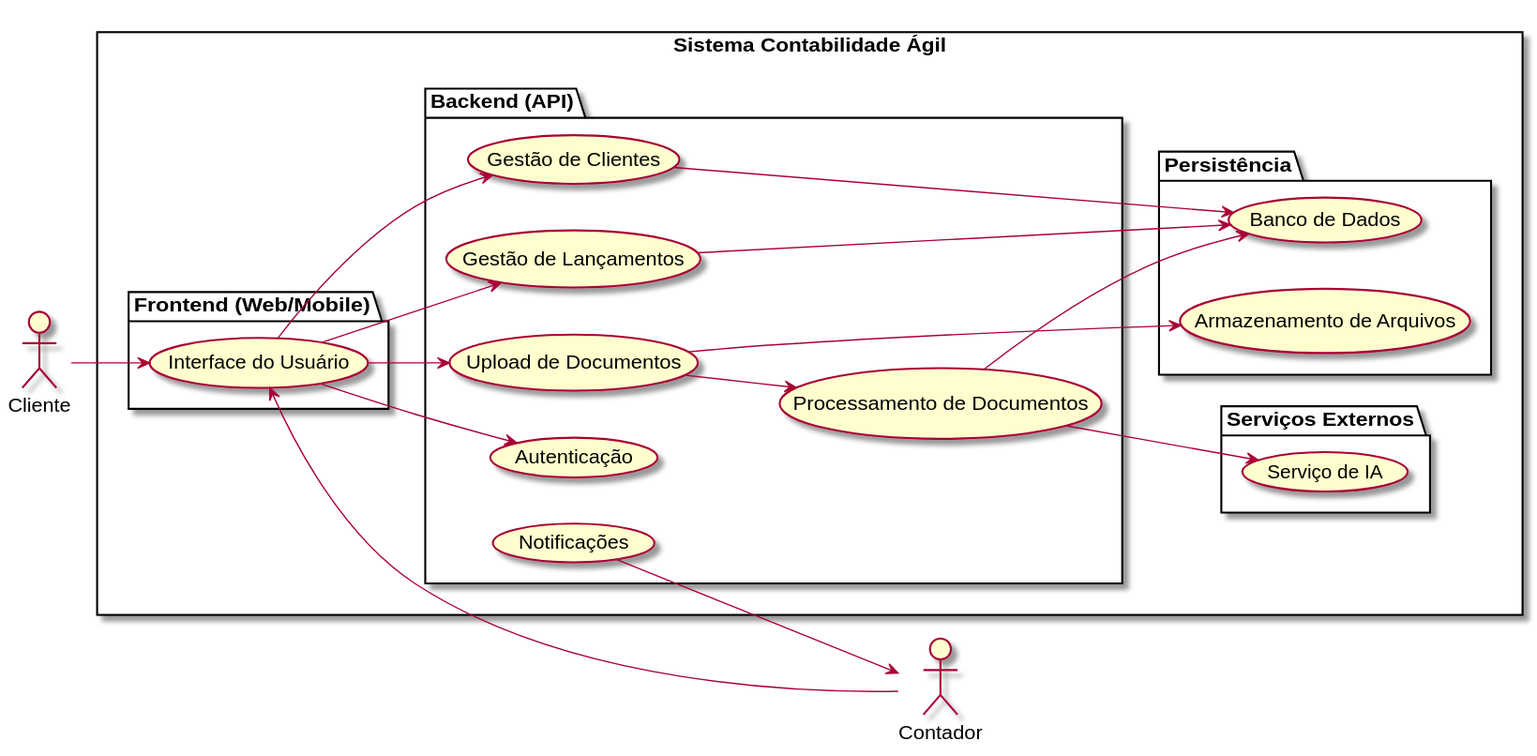
Above: Docs/arquitetura.svg in MGS-BR/eng-softII-2026 (PlantUML), before the change. Its diagram source:
```plantuml
@startuml
left to right direction
skinparam packageStyle rectangle

actor Contador
actor Cliente

rectangle "Sistema Contabilidade Ágil" {

  package "Frontend (Web/Mobile)" {
    (Interface do Usuário) as UI
  }

  package "Backend (API)" {
    (Autenticação) as Auth
    (Gestão de Clientes) as Clientes
    (Upload de Documentos) as Upload
    (Processamento de Documentos) as Proc
    (Gestão de Lançamentos) as Lancamentos
    (Notificações) as Notif
  }

  package "Serviços Externos" {
    (Serviço de IA) as IA
  }

  package "Persistência" {
    (Banco de Dados) as DB
    (Armazenamento de Arquivos) as Storage
  }
}

Contador --> UI
Cliente --> UI

UI --> Auth
UI --> Clientes
UI --> Upload
UI --> Lancamentos

Upload --> Storage
Upload --> Proc

Proc --> IA
Proc --> DB

Clientes --> DB
Lancamentos --> DB

Notif --> Contador

@enduml
```
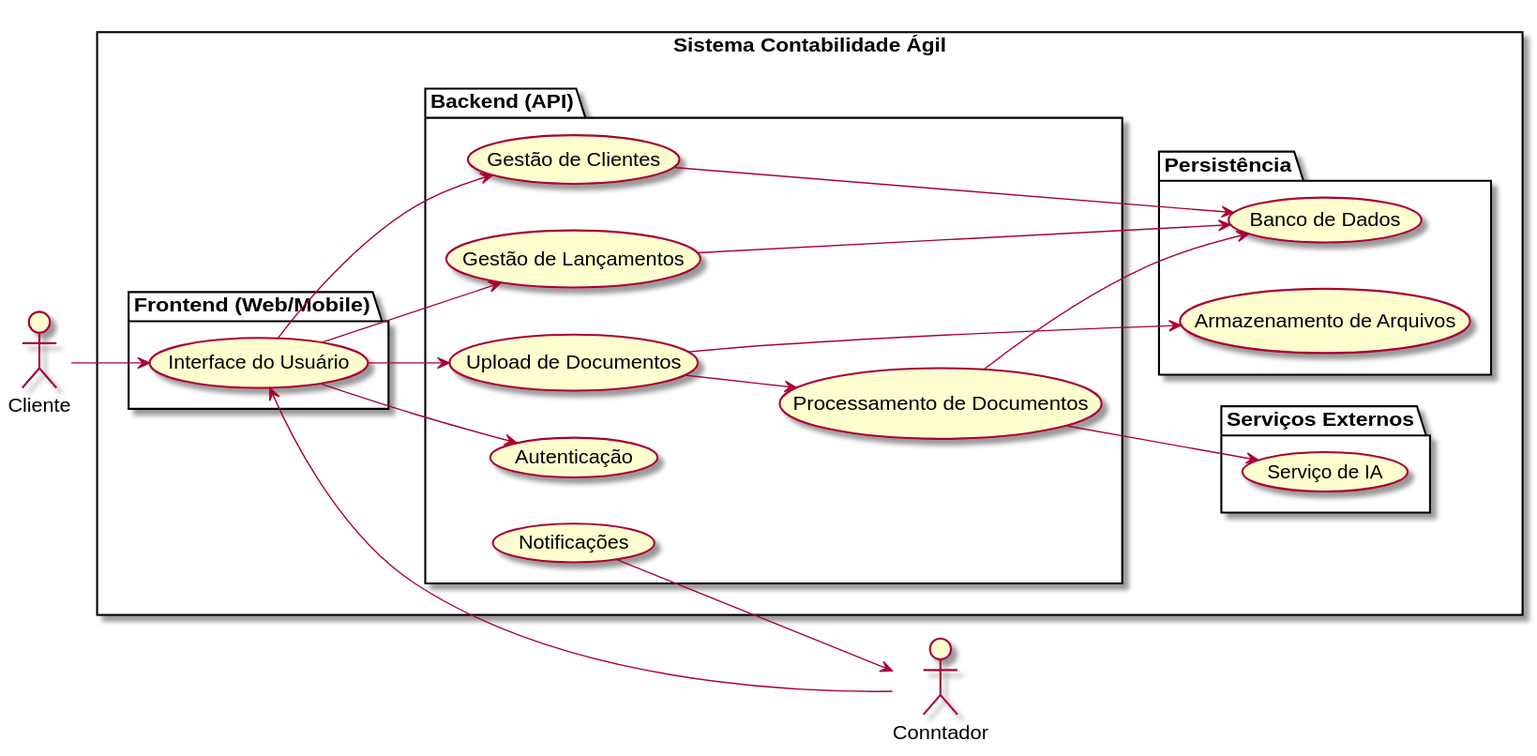
The same file after the commit.

Commit message:
🤖 Auto-generate PlantUML diagrams

Diff of the diagram source:
```diff
@@ -2,7 +2,7 @@
 left to right direction
 skinparam packageStyle rectangle
 
-actor Contador
+actor Conntador
 actor Cliente
 
 rectangle "Sistema Contabilidade Ágil" {
@@ -30,7 +30,7 @@
   }
 }
 
-Contador --> UI
+Conntador --> UI
 Cliente --> UI
 
 UI --> Auth
@@ -47,6 +47,6 @@
 Clientes --> DB
 Lancamentos --> DB
 
-Notif --> Contador
+Notif --> Conntador
 
 @enduml
```
